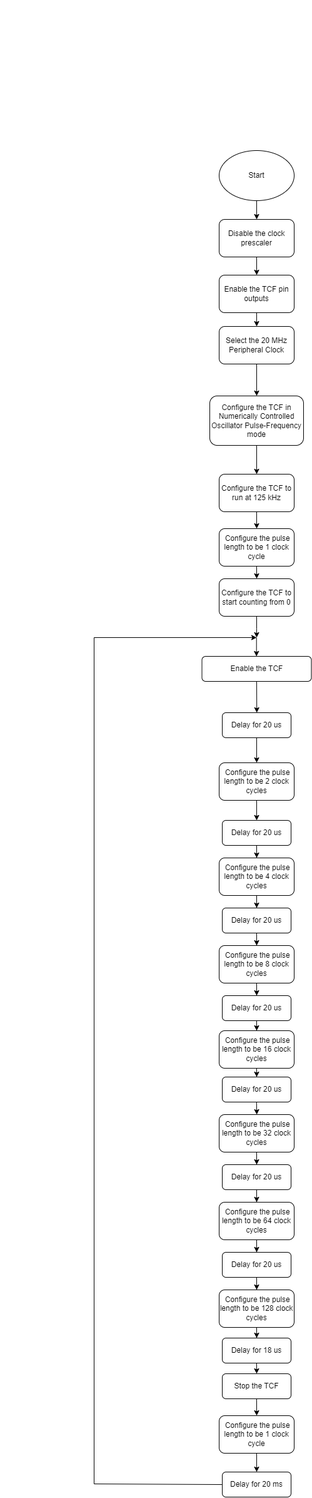
Above: images/ncoPlFlowchart.png in microchip-pic-avr-examples/avr16eb32-getting-started-with-tcf-mplab-bare-metal (draw.io), before the change. Source tidied: cells renumbered, new cells last; positions are measured from the earlier drawing's top-left corner, leaving out a move shared by most shapes.
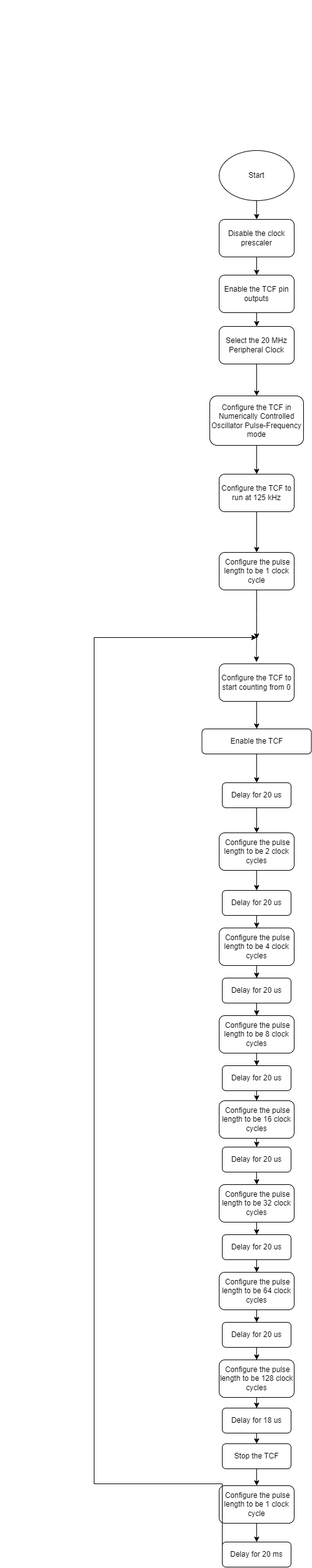
Later version of the same file.

The edit, as a diff of the source:
```diff
@@ -6,22 +6,22 @@
       <mxGeometry relative="1" as="geometry" />
     </mxCell>
     <mxCell id="3" value="Start" style="ellipse;whiteSpace=wrap;html=1;" parent="1" vertex="1">
-      <mxGeometry x="350" y="240" width="120" height="80" as="geometry" />
+      <mxGeometry x="350" y="128" width="120" height="80" as="geometry" />
     </mxCell>
     <mxCell id="4" style="edgeStyle=orthogonalEdgeStyle;rounded=0;jettySize=auto;html=1;" parent="1" edge="1" source="5" target="7">
       <mxGeometry relative="1" as="geometry" />
     </mxCell>
     <mxCell id="5" value="Disable the clock prescaler" style="rounded=1;whiteSpace=wrap;html=1;" parent="1" vertex="1">
-      <mxGeometry x="350" y="350" width="120" height="60" as="geometry" />
+      <mxGeometry x="350" y="238" width="120" height="60" as="geometry" />
     </mxCell>
     <mxCell id="6" style="edgeStyle=orthogonalEdgeStyle;rounded=0;jettySize=auto;html=1;" parent="1" edge="1" source="7" target="12">
       <mxGeometry relative="1" as="geometry" />
     </mxCell>
     <mxCell id="7" value="Enable the TCF pin outputs" style="rounded=1;whiteSpace=wrap;html=1;" parent="1" vertex="1">
-      <mxGeometry x="350" y="439" width="120" height="60" as="geometry" />
+      <mxGeometry x="350" y="327" width="120" height="60" as="geometry" />
     </mxCell>
     <mxCell id="8" value="Enable the TCF" style="rounded=1;whiteSpace=wrap;html=1;" parent="1" vertex="1">
-      <mxGeometry x="322.5" y="1048" width="175" height="40" as="geometry" />
+      <mxGeometry x="322.5" y="1052" width="175" height="40" as="geometry" />
     </mxCell>
     <mxCell id="9" style="edgeStyle=orthogonalEdgeStyle;rounded=0;jettySize=auto;html=1;" parent="1" edge="1" source="10" target="19">
       <mxGeometry relative="1" as="geometry" />
@@ -33,24 +33,22 @@
       <mxGeometry relative="1" as="geometry" />
     </mxCell>
     <mxCell id="12" value="Select the 20 MHz Peripheral Clock" style="rounded=1;whiteSpace=wrap;html=1;" parent="1" vertex="1">
-      <mxGeometry x="350" y="521" width="120" height="60" as="geometry" />
+      <mxGeometry x="350" y="409" width="120" height="60" as="geometry" />
     </mxCell>
     <mxCell id="13" style="edgeStyle=orthogonalEdgeStyle;rounded=0;jettySize=auto;html=1;" parent="1" edge="1" source="14" target="44">
       <mxGeometry relative="1" as="geometry" />
     </mxCell>
     <mxCell id="14" value="Configure the TCF to run at 125 kHz" style="rounded=1;whiteSpace=wrap;html=1;" parent="1" vertex="1">
-      <mxGeometry x="350" y="757" width="120" height="60" as="geometry" />
+      <mxGeometry x="350" y="645" width="120" height="60" as="geometry" />
     </mxCell>
-    <mxCell id="15" style="edgeStyle=orthogonalEdgeStyle;rounded=0;jettySize=auto;html=1;" parent="1" edge="1" source="16">
-      <mxGeometry relative="1" as="geometry">
-        <mxPoint x="410" y="1018" as="targetPoint" />
-      </mxGeometry>
-    </mxCell>
+    <mxCell id="58" style="edgeStyle=orthogonalEdgeStyle;rounded=0;jettySize=auto;html=1;entryX=0.5;entryY=0;entryDx=0;entryDy=0;" parent="1" edge="1" source="16" target="8">
+      <mxGeometry relative="1" as="geometry" />
+    </mxCell>
     <mxCell id="16" value="Configure the TCF to start counting from 0" style="rounded=1;whiteSpace=wrap;html=1;" parent="1" vertex="1">
-      <mxGeometry x="350" y="924" width="120" height="60" as="geometry" />
+      <mxGeometry x="350" y="948" width="120" height="60" as="geometry" />
     </mxCell>
     <mxCell id="17" style="ellipse;whiteSpace=wrap;html=1;" parent="1" vertex="1">
-      <mxGeometry as="geometry" />
+      <mxGeometry y="-112" as="geometry" />
     </mxCell>
     <mxCell id="18" style="edgeStyle=orthogonalEdgeStyle;rounded=0;jettySize=auto;html=1;" parent="1" edge="1" source="19" target="29">
       <mxGeometry relative="1" as="geometry" />
@@ -58,11 +56,6 @@
     <mxCell id="19" value="&amp;nbsp;Configure the pulse length to be 2 clock cycles" style="rounded=1;whiteSpace=wrap;html=1;" parent="1" vertex="1">
       <mxGeometry x="350" y="1218" width="120" height="60" as="geometry" />
     </mxCell>
-    <mxCell id="20" style="endArrow=classic;html=1;rounded=0;exitX=0.5;exitY=1;exitDx=0;exitDy=0;" parent="1" edge="1" source="8">
-      <mxGeometry relative="1" as="geometry">
-        <mxPoint x="410.2" y="1138" as="targetPoint" />
-      </mxGeometry>
-    </mxCell>
     <mxCell id="21" style="edgeStyle=orthogonalEdgeStyle;rounded=0;jettySize=auto;html=1;entryX=0.5;entryY=0;entryDx=0;entryDy=0;" parent="1" edge="1" target="24">
       <mxGeometry relative="1" as="geometry">
         <mxPoint x="410" y="2230" as="sourcePoint" />
@@ -79,20 +72,19 @@
     </mxCell>
     <mxCell id="25" style="edgeStyle=orthogonalEdgeStyle;rounded=0;jettySize=auto;html=1;exitX=0;exitY=0.5;exitDx=0;exitDy=0;" parent="1" edge="1" source="26">
       <mxGeometry relative="1" as="geometry">
-        <mxPoint x="410" y="1018" as="targetPoint" />
+        <mxPoint x="410" y="906" as="targetPoint" />
         <Array as="points">
-          <mxPoint x="150" y="2370" />
-          <mxPoint x="150" y="1018" />
+          <mxPoint x="150" y="2258" />
+          <mxPoint x="150" y="906" />
         </Array>
       </mxGeometry>
     </mxCell>
     <mxCell id="26" value="Delay for 20 ms" style="rounded=1;whiteSpace=wrap;html=1;" parent="1" vertex="1">
       <mxGeometry x="355" y="2351" width="110" height="40" as="geometry" />
     </mxCell>
-    <mxCell id="27" style="endArrow=classic;html=1;rounded=0;" parent="1" edge="1">
+    <mxCell id="27" style="endArrow=classic;html=1;rounded=0;entryX=0.497;entryY=-0.05;entryDx=0;entryDy=0;entryPerimeter=0;" parent="1" edge="1" target="16">
       <mxGeometry relative="1" as="geometry">
-        <mxPoint x="409.7" y="1018" as="sourcePoint" />
-        <mxPoint x="409.7" y="1048" as="targetPoint" />
+        <mxPoint x="409.8" y="906" as="sourcePoint" />
       </mxGeometry>
     </mxCell>
     <mxCell id="28" style="edgeStyle=orthogonalEdgeStyle;rounded=0;jettySize=auto;html=1;" parent="1" edge="1" source="29" target="31">
@@ -144,14 +136,16 @@
       <mxGeometry relative="1" as="geometry" />
     </mxCell>
     <mxCell id="43" value="Configure the TCF in Numerically Controlled Oscillator Pulse-Frequency mode" style="rounded=1;whiteSpace=wrap;html=1;" parent="1" vertex="1">
-      <mxGeometry x="335" y="632" width="150" height="79" as="geometry" />
+      <mxGeometry x="335" y="520" width="150" height="79" as="geometry" />
     </mxCell>
+    <mxCell id="59" style="edgeStyle=orthogonalEdgeStyle;rounded=0;jettySize=auto;html=1;" parent="1" edge="1" source="44">
+      <mxGeometry relative="1" as="geometry">
+        <mxPoint x="410" y="908" as="targetPoint" />
+      </mxGeometry>
+    </mxCell>
     <mxCell id="44" value="&amp;nbsp;Configure the pulse length to be 1 clock cycle" style="rounded=1;whiteSpace=wrap;html=1;" parent="1" vertex="1">
-      <mxGeometry x="350" y="844" width="120" height="60" as="geometry" />
+      <mxGeometry x="350" y="770" width="120" height="60" as="geometry" />
     </mxCell>
-    <mxCell id="45" style="edgeStyle=orthogonalEdgeStyle;rounded=0;jettySize=auto;html=1;entryX=0.5;entryY=0;entryDx=0;entryDy=0;exitX=0.5;exitY=1;exitDx=0;exitDy=0;" parent="1" edge="1" source="44" target="16">
-      <mxGeometry relative="1" as="geometry" />
-    </mxCell>
     <mxCell id="46" style="edgeStyle=orthogonalEdgeStyle;rounded=0;jettySize=auto;html=1;entryX=0.5;entryY=0;entryDx=0;entryDy=0;" parent="1" edge="1" source="47" target="49">
       <mxGeometry relative="1" as="geometry" />
     </mxCell>
@@ -191,5 +185,8 @@
         <mxPoint x="410.2" y="1780" as="targetPoint" />
       </mxGeometry>
     </mxCell>
+    <mxCell id="60" style="edgeStyle=orthogonalEdgeStyle;rounded=0;jettySize=auto;html=1;entryX=0.5;entryY=0;entryDx=0;entryDy=0;" parent="1" edge="1" source="8" target="10">
+      <mxGeometry relative="1" as="geometry" />
+    </mxCell>
   </root>
 </mxGraphModel>
```
